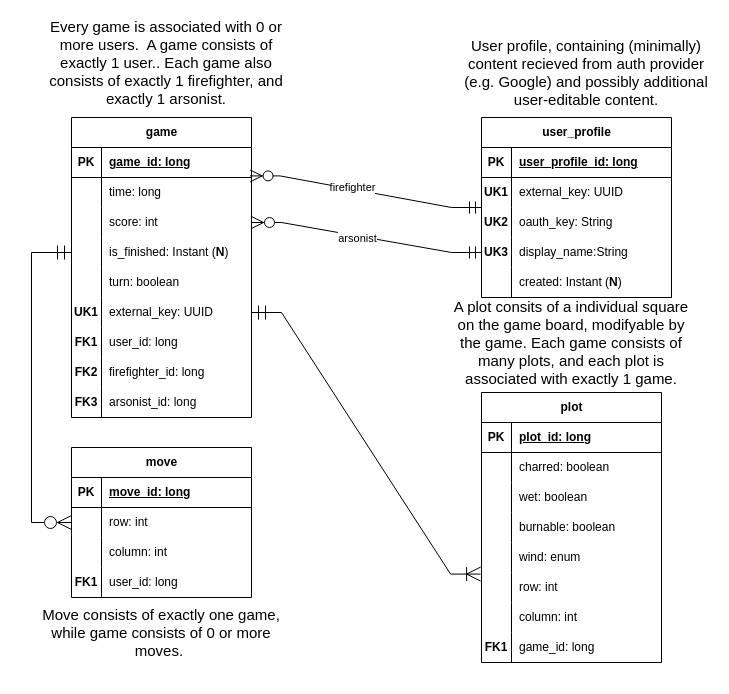
ddc-java-19/fireman keeps this draw.io diagram as docs/work/fireman-server-erd.drawio. Above is the earlier version. Source tidied: cells renumbered, new cells numbered last; positions are measured from the earlier drawing's top-left corner, leaving out a move shared by most shapes. Both pictures are drawn from the tidied source at 100%, with x=0, y=0 at pixel (31, 17).
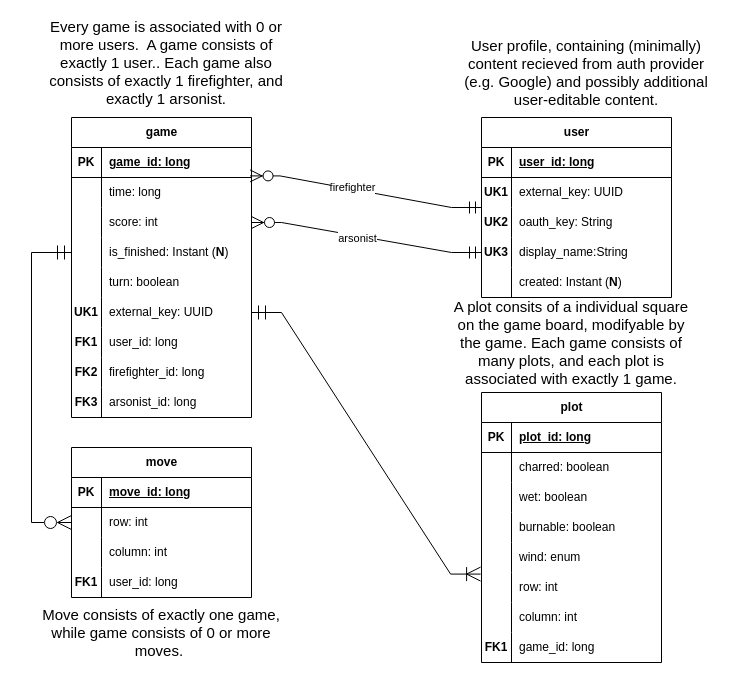
Above is the later version.

Commit message (it also covers changes not shown here):
Entity classes started

The change refers to these unchanged cells:
```xml
<mxCell id="2" style="group;" parent="1" vertex="1">
  <mxGeometry y="100" width="680" height="530" as="geometry" />
</mxCell>
<mxCell id="4" style="shape=tableRow;horizontal=0;startSize=0;swimlaneHead=0;swimlaneBody=0;fillColor=none;top=0;left=0;right=0;bottom=1;" parent="3" vertex="1">
  <mxGeometry y="30" width="190" height="30" as="geometry" />
</mxCell>
```

What changed in the source:
```diff
@@
-    <mxCell id="3" value="user_profile" style="shape=table;startSize=30;childLayout=tableLayout;rowLines=0;fontStyle=1;align=center;html=1;" parent="2" vertex="1">
+    <mxCell id="3" value="user" style="shape=table;startSize=30;childLayout=tableLayout;rowLines=0;fontStyle=1;align=center;html=1;" parent="2" vertex="1">
       <mxGeometry x="450" width="190" height="180" as="geometry" />
     </mxCell>
@@
-    <mxCell id="6" value="user_profile_id: long" style="shape=partialRectangle;fillColor=none;top=0;left=0;bottom=0;right=0;align=left;spacingLeft=6;fontStyle=5;overflow=hidden;whiteSpace=wrap;html=1;" parent="4" vertex="1">
+    <mxCell id="6" value="user_id: long" style="shape=partialRectangle;fillColor=none;top=0;left=0;bottom=0;right=0;align=left;spacingLeft=6;fontStyle=5;overflow=hidden;whiteSpace=wrap;html=1;" parent="4" vertex="1">
       <mxGeometry x="30" width="160" height="30" as="geometry" />
     </mxCell>
```
